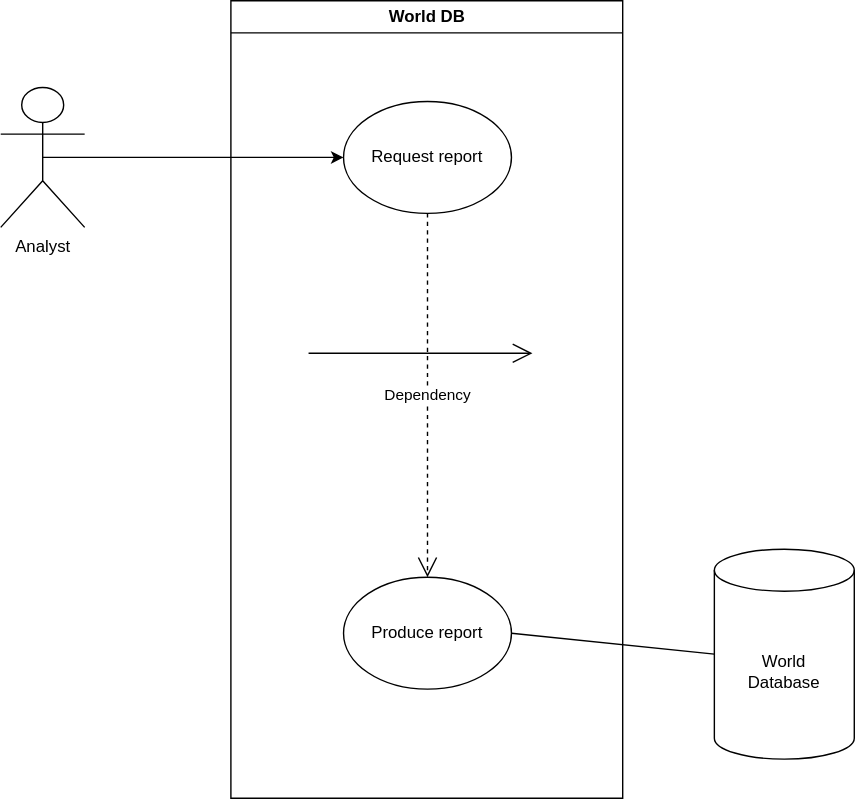
Above: Use Cases/world db diagram.svg in mattix7771/Group_8_SEM_CW (draw.io), before the change. Source tidied: cells renumbered, new cells last; positions are measured from the earlier drawing's top-left corner, leaving out a move shared by most shapes. The source it was exported from:
```xml
<mxGraphModel>
  <root>
    <mxCell id="0" />
    <mxCell id="1" parent="0" />
    <mxCell id="2" value="World DB" style="swimlane;whiteSpace=wrap;" parent="1" vertex="1">
      <mxGeometry x="164.5" width="280" height="570" as="geometry" />
    </mxCell>
    <mxCell id="3" value="Request report" style="ellipse;whiteSpace=wrap;html=1;" parent="2" vertex="1">
      <mxGeometry x="80.5" y="72" width="120" height="80" as="geometry" />
    </mxCell>
    <mxCell id="4" value="Produce report" style="ellipse;whiteSpace=wrap;html=1;" parent="2" vertex="1">
      <mxGeometry x="80.5" y="412" width="120" height="80" as="geometry" />
    </mxCell>
    <mxCell id="5" value="Dependency" style="endArrow=open;endSize=12;dashed=1;html=1;rounded=0;entryX=0.5;entryY=0;entryDx=0;entryDy=0;exitX=0.5;exitY=1;exitDx=0;exitDy=0;" parent="2" edge="1" source="3" target="4">
      <mxGeometry relative="1" as="geometry" />
    </mxCell>
    <mxCell id="6" value="Analyst" style="shape=umlActor;verticalLabelPosition=bottom;verticalAlign=top;html=1;" parent="1" vertex="1">
      <mxGeometry y="62" width="60" height="100" as="geometry" />
    </mxCell>
    <mxCell id="7" value="World&lt;br&gt;Database" style="shape=cylinder3;whiteSpace=wrap;html=1;boundedLbl=1;backgroundOutline=1;size=15;" parent="1" vertex="1">
      <mxGeometry x="510" y="392" width="100" height="150" as="geometry" />
    </mxCell>
    <mxCell id="8" style="endArrow=open;endFill=1;endSize=12;html=1;rounded=0;" parent="1" edge="1">
      <mxGeometry relative="1" as="geometry">
        <mxPoint x="220" y="252" as="sourcePoint" />
        <mxPoint x="380" y="252" as="targetPoint" />
      </mxGeometry>
    </mxCell>
    <mxCell id="9" style="endArrow=classic;html=1;rounded=0;entryX=0;entryY=0.5;entryDx=0;entryDy=0;exitX=0.5;exitY=0.5;exitDx=0;exitDy=0;exitPerimeter=0;" parent="1" edge="1" source="6" target="3">
      <mxGeometry relative="1" as="geometry" />
    </mxCell>
    <mxCell id="10" style="endArrow=none;html=1;rounded=0;entryX=0;entryY=0.5;entryDx=0;entryDy=0;entryPerimeter=0;exitX=1;exitY=0.5;exitDx=0;exitDy=0;" parent="1" edge="1" source="4" target="7">
      <mxGeometry relative="1" as="geometry" />
    </mxCell>
  </root>
</mxGraphModel>
```
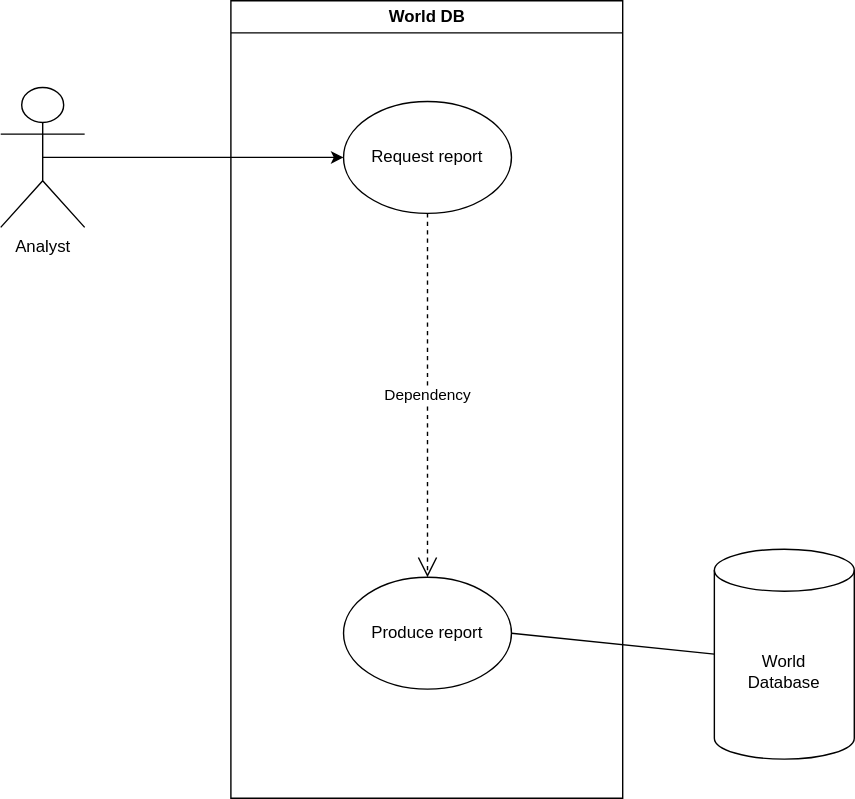
Above is the later version.

Commit message:
Amended Diagram

What changed in the source:
```diff
@@ -20,12 +20,6 @@
     <mxCell id="7" value="World&lt;br&gt;Database" style="shape=cylinder3;whiteSpace=wrap;html=1;boundedLbl=1;backgroundOutline=1;size=15;" parent="1" vertex="1">
       <mxGeometry x="510" y="392" width="100" height="150" as="geometry" />
     </mxCell>
-    <mxCell id="8" style="endArrow=open;endFill=1;endSize=12;html=1;rounded=0;" parent="1" edge="1">
-      <mxGeometry relative="1" as="geometry">
-        <mxPoint x="220" y="252" as="sourcePoint" />
-        <mxPoint x="380" y="252" as="targetPoint" />
-      </mxGeometry>
-    </mxCell>
     <mxCell id="9" style="endArrow=classic;html=1;rounded=0;entryX=0;entryY=0.5;entryDx=0;entryDy=0;exitX=0.5;exitY=0.5;exitDx=0;exitDy=0;exitPerimeter=0;" parent="1" edge="1" source="6" target="3">
       <mxGeometry relative="1" as="geometry" />
     </mxCell>
```
